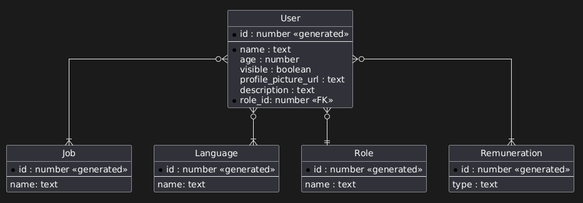
The PlantUML diagram conception/erd.png in MarvinKristMarvin/Game_Collab, before a commit. Its source is kept beside it as conception/dev/erd.plantuml.
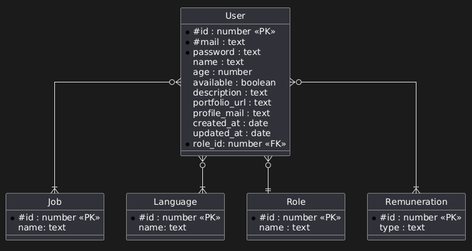
Later version of the same file.

Change to the diagram source:
```diff
@@ -5,37 +5,37 @@
 hide circle
 
 entity "User" {
-  *id : number <<generated>>
-  --
-  *name : text
+  *#id : number <<PK>>
+  *#mail : text
+  *password : text
+  name : text
   age : number
-  visible : boolean
-  profile_picture_url : text
+  available : boolean
   description : text
+  portfolio_url : text
+  profile_mail : text
+  created_at : date
+  updated_at : date
   *role_id: number <<FK>>
 }
 
 entity "Job" {
-  *id : number <<generated>>
-  --
+  *#id : number <<PK>>
   name: text
 }
 
 entity "Language" {
-  *id : number <<generated>>
-  --
+  *#id : number <<PK>>
   name: text
 }
 
 entity "Role" {
-  *id : number <<generated>>
-  --
+  *#id : number <<PK>>
   name : text
 }
 
 entity "Remuneration" {
-  *id : number <<generated>>
-  --
+  *#id : number <<PK>>
   type : text
 }
 
@@ -43,4 +43,4 @@
 User }o--|{ Language
 User }o--|{ Remuneration
 User }o--|| Role
-@endum
+@enduml
```
